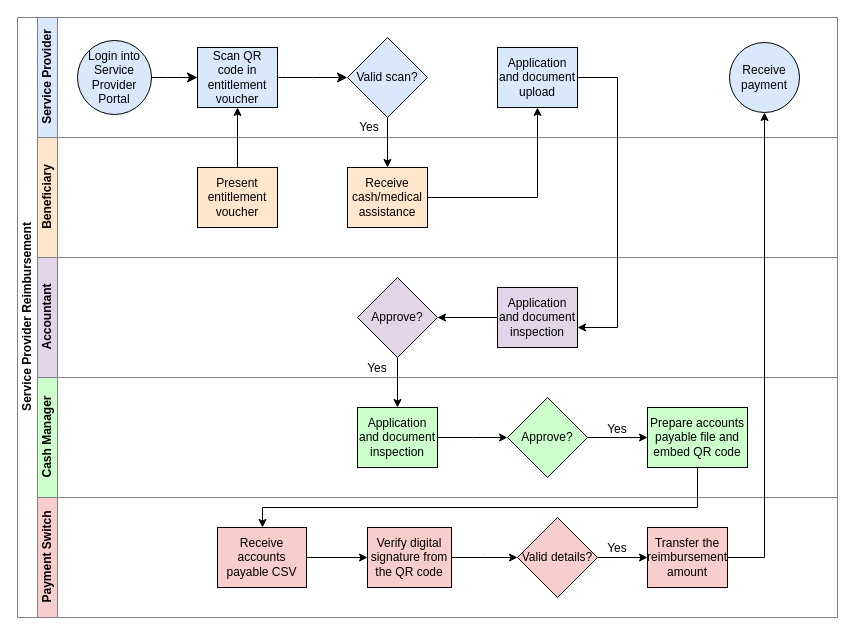
This is .gitbook/assets/service-provider-reimbursement.drawio from OpenG2P/openg2p-documentation, a draw.io file, before an edit. Source tidied: cells renumbered, new cells numbered last; positions are measured from the earlier drawing's top-left corner, leaving out a move shared by most shapes. Both pictures are drawn from the tidied source at 100%, with x=0, y=0 at pixel (17, 17).
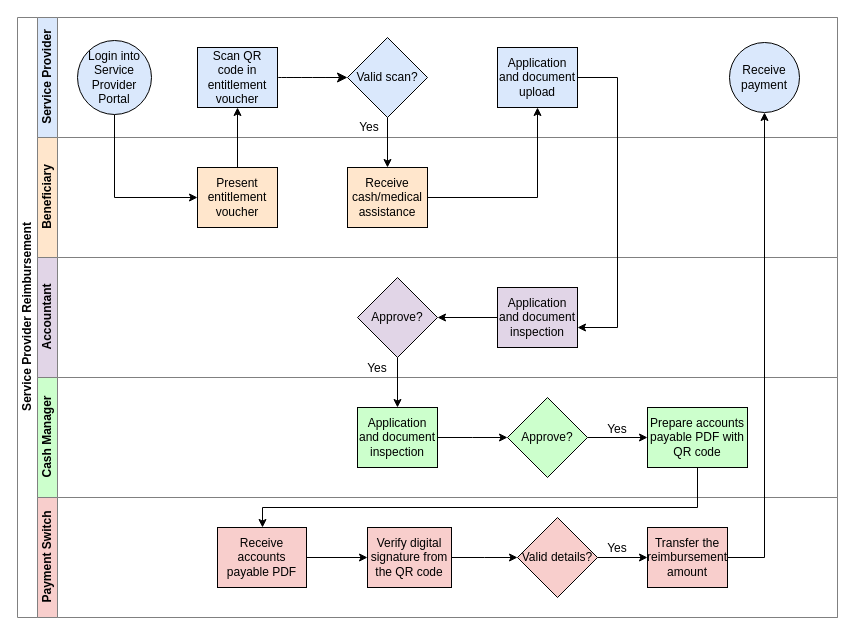
After the change.

Unchanged cells that the change refers to:
```xml
<mxCell id="4" style="group;" parent="1" vertex="1">
  <mxGeometry width="820" height="600" as="geometry" />
</mxCell>
<mxCell id="12" value="Present entitlement voucher" style="rounded=0;whiteSpace=wrap;html=1;fontFamily=Helvetica;fontSize=12;align=center;fillColor=#ffe6cc;strokeColor=#000000;" parent="10" vertex="1">
  <mxGeometry x="160" y="30" width="80" height="60" as="geometry" />
</mxCell>
<mxCell id="19" value="Cash Manager" style="swimlane;html=1;startSize=20;horizontal=0;swimlaneFillColor=#FFFFFF;fillColor=#CCFFCC;strokeColor=#808080;" parent="4" vertex="1">
  <mxGeometry x="20" y="360" width="800" height="120" as="geometry" />
</mxCell>
<mxCell id="26" value="Payment Switch" style="swimlane;html=1;startSize=20;horizontal=0;fillColor=#F8CECC;swimlaneFillColor=#FFFFFF;strokeColor=#808080;" parent="4" vertex="1">
  <mxGeometry x="20" y="480" width="800" height="120" as="geometry" />
</mxCell>
<mxCell id="33" value="Login into Service Provider Portal" style="ellipse;whiteSpace=wrap;html=1;fillColor=#dae8fc;strokeColor=#000000;" parent="4" vertex="1">
  <mxGeometry x="60" y="23" width="74" height="74" as="geometry" />
</mxCell>
<mxCell id="34" value="Scan QR code in entitlement voucher" style="rounded=0;whiteSpace=wrap;html=1;fontFamily=Helvetica;fontSize=12;align=center;fillColor=#dae8fc;strokeColor=#000000;" parent="4" vertex="1">
  <mxGeometry x="180" y="30" width="80" height="60" as="geometry" />
</mxCell>
```

The edit, as a diff of the source:
```diff
@@
-    <mxCell id="25" value="Prepare accounts payable file and embed QR code" style="rounded=0;whiteSpace=wrap;html=1;fontFamily=Helvetica;fontSize=12;fontColor=#000000;align=center;fillColor=#CCFFCC;" parent="19" vertex="1">
+    <mxCell id="25" value="Prepare accounts payable PDF with QR code" style="rounded=0;whiteSpace=wrap;html=1;fontFamily=Helvetica;fontSize=12;fontColor=#000000;align=center;fillColor=#CCFFCC;" parent="19" vertex="1">
       <mxGeometry x="610" y="30" width="100" height="60" as="geometry" />
     </mxCell>
@@
-    <mxCell id="29" value="Receive accounts payable CSV" style="rounded=0;whiteSpace=wrap;html=1;fontFamily=Helvetica;fontSize=12;fontColor=#000000;align=center;fillColor=#F8CECC;" parent="26" vertex="1">
+    <mxCell id="29" value="Receive accounts payable PDF" style="rounded=0;whiteSpace=wrap;html=1;fontFamily=Helvetica;fontSize=12;fontColor=#000000;align=center;fillColor=#F8CECC;" parent="26" vertex="1">
       <mxGeometry x="180" y="30" width="89" height="60" as="geometry" />
     </mxCell>
@@
+    <mxCell id="46" style="edgeStyle=orthogonalEdgeStyle;rounded=0;jettySize=auto;html=1;exitX=0.5;exitY=1;exitDx=0;exitDy=0;entryX=0;entryY=0.5;entryDx=0;entryDy=0;" parent="4" edge="1" source="33" target="12">
+      <mxGeometry relative="1" as="geometry" />
+    </mxCell>
@@
-    <mxCell id="35" style="edgeStyle=none;curved=1;rounded=0;jettySize=auto;html=1;exitX=1;exitY=0.5;exitDx=0;exitDy=0;entryX=0;entryY=0.5;entryDx=0;entryDy=0;fontSize=12;startSize=8;endSize=8;" parent="4" edge="1" source="33" target="34">
-      <mxGeometry relative="1" as="geometry" />
-    </mxCell>
```
